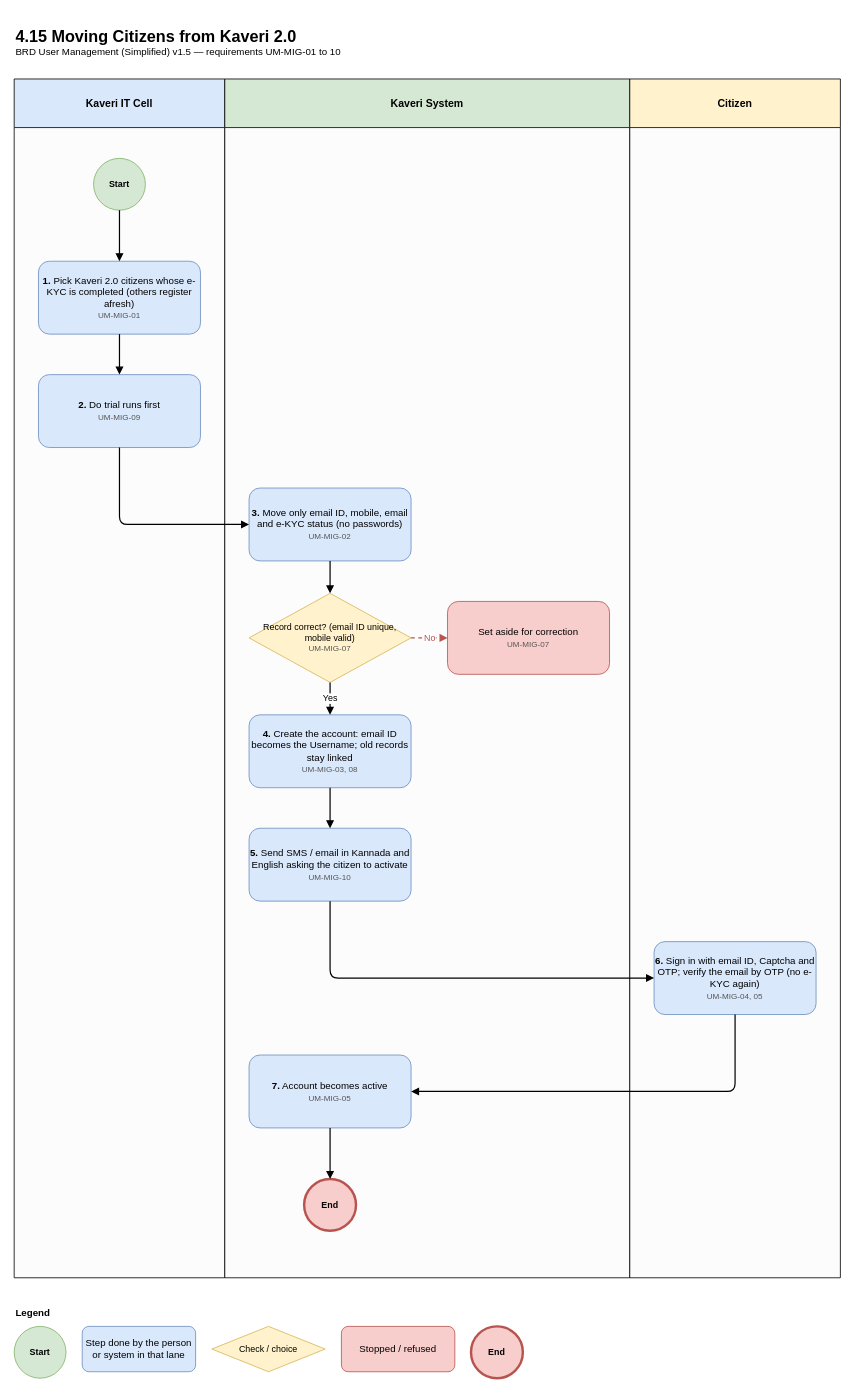
The draw.io diagram Finalized BRD/User Management/NewProcessDiagram/UM_4_15_Moving_Citizens_from_Kaveri_2_0.drawio in mvprash/Kaveri3Plan, before the edit. Source tidied: cells renumbered, new cells numbered last; positions are measured from the earlier drawing's top-left corner, leaving out a move shared by most shapes. Both pictures are drawn from the tidied source at 81%, with x=0, y=0 at pixel (14, 14).
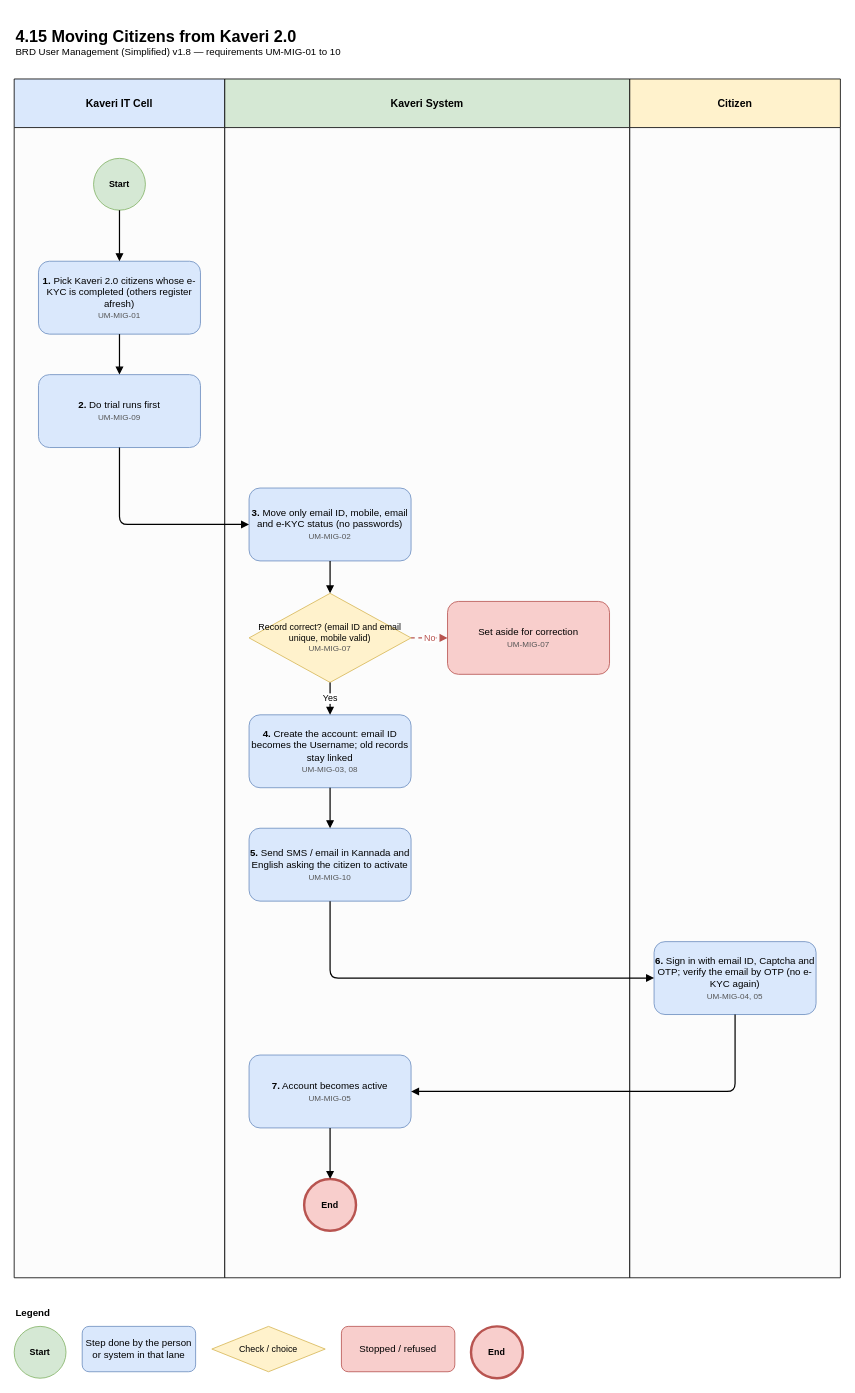
After the change.

Change to the diagram source:
```diff
@@
-    <mxCell id="5" value="&lt;b style='font-size:20px'&gt;4.15 Moving Citizens from Kaveri 2.0&lt;/b&gt;&lt;br&gt;&lt;span style='font-size:12px'&gt;BRD User Management (Simplified) v1.5 — requirements UM-MIG-01 to 10&lt;/span&gt;" style="text;html=1;align=left;verticalAlign=middle;whiteSpace=wrap;" parent="1" vertex="1">
+    <mxCell id="5" value="&lt;b style='font-size:20px'&gt;4.15 Moving Citizens from Kaveri 2.0&lt;/b&gt;&lt;br&gt;&lt;span style='font-size:12px'&gt;BRD User Management (Simplified) v1.8 — requirements UM-MIG-01 to 10&lt;/span&gt;" style="text;html=1;align=left;verticalAlign=middle;whiteSpace=wrap;" parent="1" vertex="1">
       <mxGeometry width="1020" height="70" as="geometry" />
     </mxCell>
@@
-    <mxCell id="10" value="Record correct? (email ID unique, mobile valid)&lt;br&gt;&lt;font style='font-size:10px' color='#555555'&gt;UM-MIG-07&lt;/font&gt;" style="rhombus;whiteSpace=wrap;html=1;fillColor=#fff2cc;strokeColor=#d6b656;fontSize=11;" parent="1" vertex="1">
+    <mxCell id="10" value="Record correct? (email ID and email unique, mobile valid)&lt;br&gt;&lt;font style='font-size:10px' color='#555555'&gt;UM-MIG-07&lt;/font&gt;" style="rhombus;whiteSpace=wrap;html=1;fillColor=#fff2cc;strokeColor=#d6b656;fontSize=11;" parent="1" vertex="1">
       <mxGeometry x="290" y="715" width="200" height="110" as="geometry" />
     </mxCell>
```
